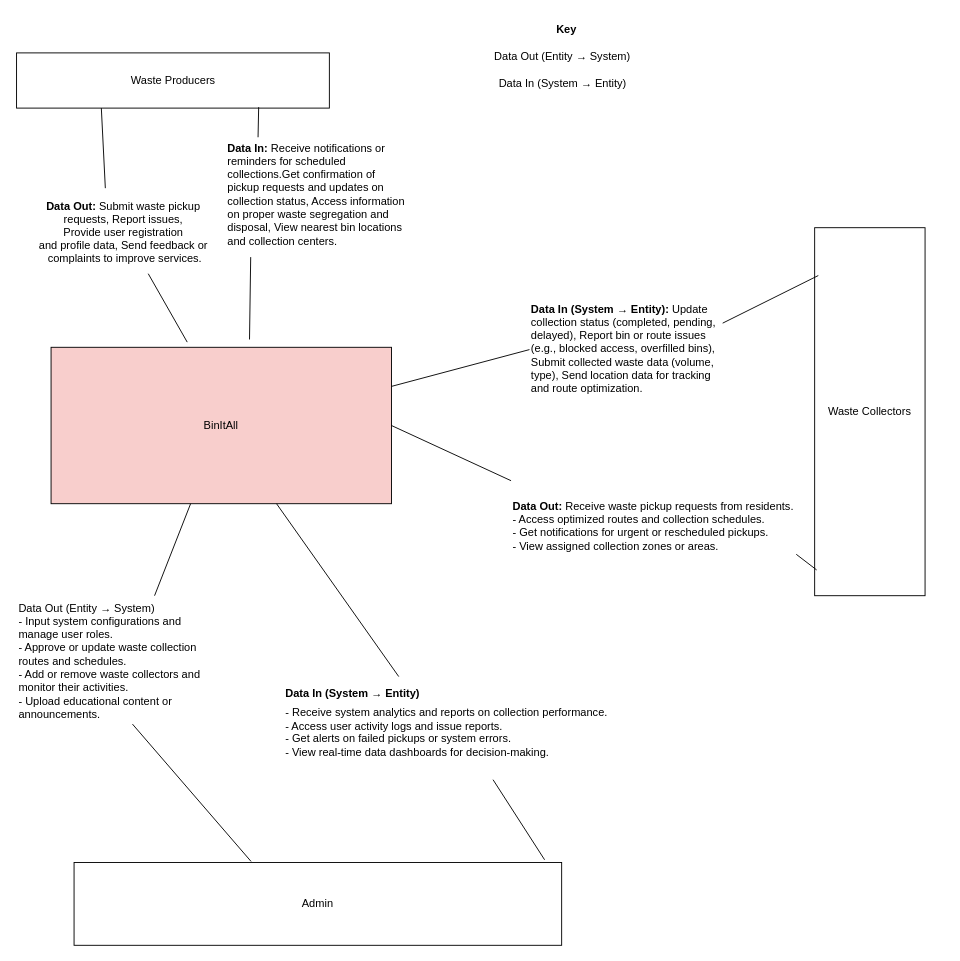
The draw.io diagram files/source_files/system design diagrams/BinItAll Context Diagram.drawio in KadenBourne16/greenbin, before the edit. Source tidied: cells renumbered, new cells numbered last; positions are measured from the earlier drawing's top-left corner, leaving out a move shared by most shapes. Both pictures are drawn from the tidied source at 92%, with x=0, y=0 at pixel (16, 16).
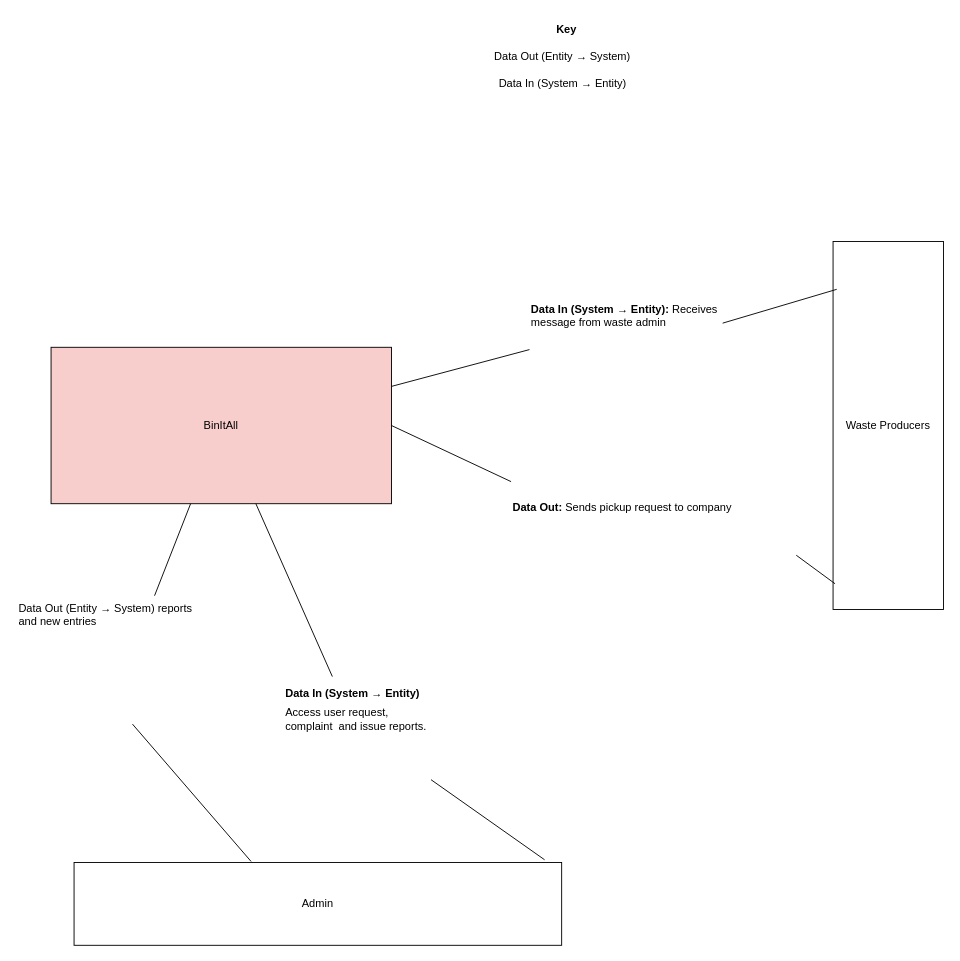
Above is the later version.

The change refers to these unchanged cells:
```xml
<mxCell id="2" value="BinItAll" style="rounded=0;whiteSpace=wrap;html=1;fillColor=#f8cecc;strokeColor=default;" parent="1" vertex="1">
  <mxGeometry x="38" y="360" width="370" height="170" as="geometry" />
</mxCell>
```

What changed in the source:
```diff
@@
-    <mxCell id="3" value="Waste Producers" style="rounded=0;whiteSpace=wrap;html=1;" parent="1" vertex="1">
-      <mxGeometry x="0.5" y="40" width="340" height="60" as="geometry" />
-    </mxCell>
-    <mxCell id="4" value="Waste Collectors" style="rounded=0;whiteSpace=wrap;html=1;" parent="1" vertex="1">
-      <mxGeometry x="868" y="230" width="120" height="400" as="geometry" />
+    <mxCell id="4" value="Waste Producers" style="rounded=0;whiteSpace=wrap;html=1;" parent="1" vertex="1">
+      <mxGeometry x="888" y="245" width="120" height="400" as="geometry" />
     </mxCell>
@@
-    <mxCell id="6" style="endArrow=none;html=1;rounded=0;entryX=0.4;entryY=-0.033;entryDx=0;entryDy=0;entryPerimeter=0;" parent="1" edge="1" source="9" target="2">
-      <mxGeometry relative="1" as="geometry" />
-    </mxCell>
-    <mxCell id="7" style="endArrow=none;html=1;rounded=0;entryX=0.583;entryY=-0.05;entryDx=0;entryDy=0;entryPerimeter=0;exitX=0.135;exitY=1.015;exitDx=0;exitDy=0;exitPerimeter=0;" parent="1" edge="1" source="11" target="2">
-      <mxGeometry relative="1" as="geometry" />
-    </mxCell>
-    <mxCell id="8" style="endArrow=none;html=1;rounded=0;exitX=0.271;exitY=1;exitDx=0;exitDy=0;exitPerimeter=0;entryX=0.4;entryY=-0.033;entryDx=0;entryDy=0;entryPerimeter=0;" parent="1" edge="1" source="3" target="9">
-      <mxGeometry relative="1" as="geometry" />
-    </mxCell>
-    <mxCell id="9" value="&lt;div&gt;&lt;b&gt;Data Out:&amp;nbsp;&lt;/b&gt;&lt;span style=&quot;background-color: transparent; color: light-dark(rgb(0, 0, 0), rgb(255, 255, 255));&quot;&gt;Submit waste pickup&amp;nbsp;&lt;/span&gt;&lt;/div&gt;&lt;div&gt;&lt;span style=&quot;background-color: transparent; color: light-dark(rgb(0, 0, 0), rgb(255, 255, 255));&quot;&gt;requests, &lt;/span&gt;&lt;span style=&quot;background-color: transparent; color: light-dark(rgb(0, 0, 0), rgb(255, 255, 255));&quot;&gt;Report issues,&amp;nbsp;&lt;/span&gt;&lt;/div&gt;&lt;div&gt;&lt;span style=&quot;background-color: transparent; color: light-dark(rgb(0, 0, 0), rgb(255, 255, 255));&quot;&gt;Provide user registration&amp;nbsp;&lt;/span&gt;&lt;/div&gt;&lt;div&gt;&lt;span style=&quot;background-color: transparent; color: light-dark(rgb(0, 0, 0), rgb(255, 255, 255));&quot;&gt;and profile data,&lt;/span&gt;&lt;span style=&quot;background-color: transparent; color: light-dark(rgb(0, 0, 0), rgb(255, 255, 255));&quot;&gt;&amp;nbsp;Send feedback or&amp;nbsp;&lt;/span&gt;&lt;/div&gt;&lt;div&gt;&lt;span style=&quot;background-color: transparent; color: light-dark(rgb(0, 0, 0), rgb(255, 255, 255));&quot;&gt;complaints to improve services.&lt;/span&gt;&lt;/div&gt;" style="text;html=1;align=center;verticalAlign=middle;points=[];strokeColor=none;fillColor=none;" parent="1" vertex="1">
-      <mxGeometry x="13" y="190" width="210" height="90" as="geometry" />
-    </mxCell>
-    <mxCell id="10" style="endArrow=none;html=1;rounded=0;entryX=0.175;entryY=0.013;entryDx=0;entryDy=0;entryPerimeter=0;exitX=0.774;exitY=0.983;exitDx=0;exitDy=0;exitPerimeter=0;" parent="1" edge="1" source="3" target="11">
-      <mxGeometry relative="1" as="geometry" />
-    </mxCell>
-    <mxCell id="11" value="&lt;b&gt;Data In:&lt;/b&gt; Receive notifications or reminders for scheduled collections.Get confirmation of pickup requests and updates on collection status, Access information on proper waste segregation and disposal,&amp;nbsp;&lt;span style=&quot;background-color: transparent; color: light-dark(rgb(0, 0, 0), rgb(255, 255, 255));&quot;&gt;View nearest bin locations and collection centers.&lt;/span&gt;" style="text;whiteSpace=wrap;html=1;" parent="1" vertex="1">
-      <mxGeometry x="228" y="130" width="200" height="130" as="geometry" />
-    </mxCell>
@@
-    <mxCell id="15" value="&lt;b&gt;Data In (System → Entity): &lt;/b&gt;Update collection status (completed, pending, delayed), Report bin or route issues (e.g., blocked access, overfilled bins), Submit collected waste data (volume, type), Send location data for tracking and route optimization." style="text;whiteSpace=wrap;html=1;" parent="1" vertex="1">
+    <mxCell id="15" value="&lt;b&gt;Data In (System → Entity):&amp;nbsp;&lt;/b&gt;Receives message from waste admin" style="text;whiteSpace=wrap;html=1;" parent="1" vertex="1">
       <mxGeometry x="558" y="305" width="210" height="115" as="geometry" />
     </mxCell>
@@
-    <mxCell id="17" value="&lt;br&gt;&lt;b&gt;Data Out:&lt;/b&gt; Receive waste pickup requests from residents. &lt;br&gt; - Access optimized routes and collection schedules. &lt;br&gt; - Get notifications for urgent or rescheduled pickups. &lt;br&gt; - View assigned collection zones or areas." style="text;whiteSpace=wrap;html=1;" parent="1" vertex="1">
-      <mxGeometry x="538" y="505" width="310" height="80" as="geometry" />
+    <mxCell id="17" value="&lt;br&gt;&lt;b&gt;Data Out:&lt;/b&gt;&amp;nbsp;Sends pickup request to company" style="text;whiteSpace=wrap;html=1;" parent="1" vertex="1">
+      <mxGeometry x="538" y="506" width="310" height="80" as="geometry" />
     </mxCell>
@@
-    <mxCell id="20" value="Data Out (Entity → System)&#10;- Input system configurations and manage user roles.&#10;- Approve or update waste collection routes and schedules.&#10;- Add or remove waste collectors and monitor their activities.&#10;- Upload educational content or announcements." style="text;whiteSpace=wrap;html=1;" parent="1" vertex="1">
+    <mxCell id="20" value="Data Out (Entity → System) reports and new entries" style="text;whiteSpace=wrap;html=1;" parent="1" vertex="1">
       <mxGeometry x="0.5" y="630" width="200" height="140" as="geometry" />
     </mxCell>
@@
-    <mxCell id="23" value="&lt;table&gt;&lt;tbody&gt;&lt;tr&gt;&lt;td&gt;&lt;strong&gt;Data In (System → Entity)&lt;/strong&gt;&lt;/td&gt;&lt;/tr&gt;&lt;/tbody&gt;&lt;/table&gt;&lt;table&gt;&lt;tbody&gt;&lt;tr&gt;&lt;td&gt;- Receive system analytics and reports on collection performance. &lt;br&gt; - Access user activity logs and issue reports. &lt;br&gt; - Get alerts on failed pickups or system errors. &lt;br&gt; - View real-time data dashboards for decision-making.&lt;/td&gt;&lt;/tr&gt;&lt;/tbody&gt;&lt;/table&gt;" style="text;whiteSpace=wrap;html=1;" parent="1" vertex="1">
-      <mxGeometry x="288" y="720" width="390" height="110" as="geometry" />
+    <mxCell id="23" value="&lt;table&gt;&lt;tbody&gt;&lt;tr&gt;&lt;td&gt;&lt;strong&gt;Data In (System → Entity)&lt;/strong&gt;&lt;/td&gt;&lt;/tr&gt;&lt;/tbody&gt;&lt;/table&gt;&lt;table&gt;&lt;tbody&gt;&lt;tr&gt;&lt;td&gt;Access user request, complaint&amp;nbsp; and issue reports.&lt;br&gt;&lt;/td&gt;&lt;/tr&gt;&lt;/tbody&gt;&lt;/table&gt;" style="text;whiteSpace=wrap;html=1;" parent="1" vertex="1">
+      <mxGeometry x="288" y="720" width="170" height="110" as="geometry" />
     </mxCell>
```
